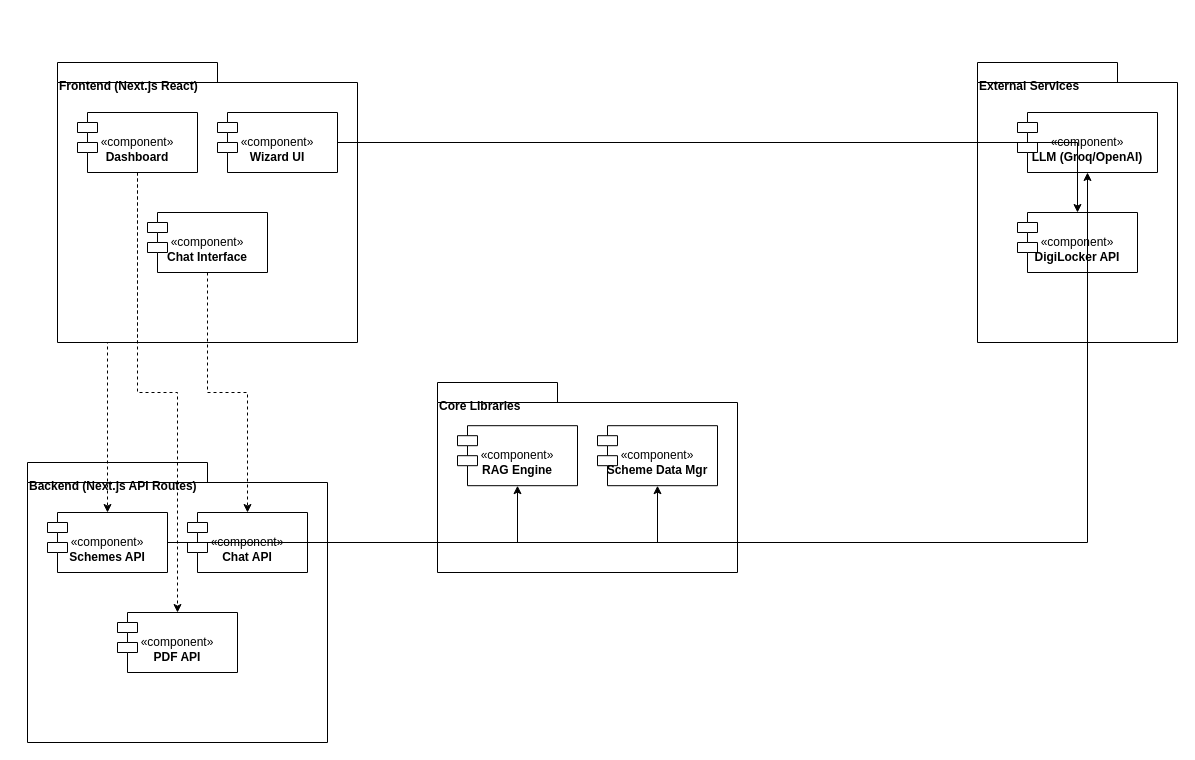
The draw.io diagram page "Component Diagram" (2 of 2) of diagrams/Class_and_Component_Diagram.drawio in Manav-jit/SE_Project, before the edit. Source tidied: cells renumbered, new cells numbered last; positions are measured from the earlier drawing's top-left corner, leaving out a move shared by most shapes. Both pictures are drawn from the tidied source at 100%, with x=0, y=0 at pixel (27, 62).
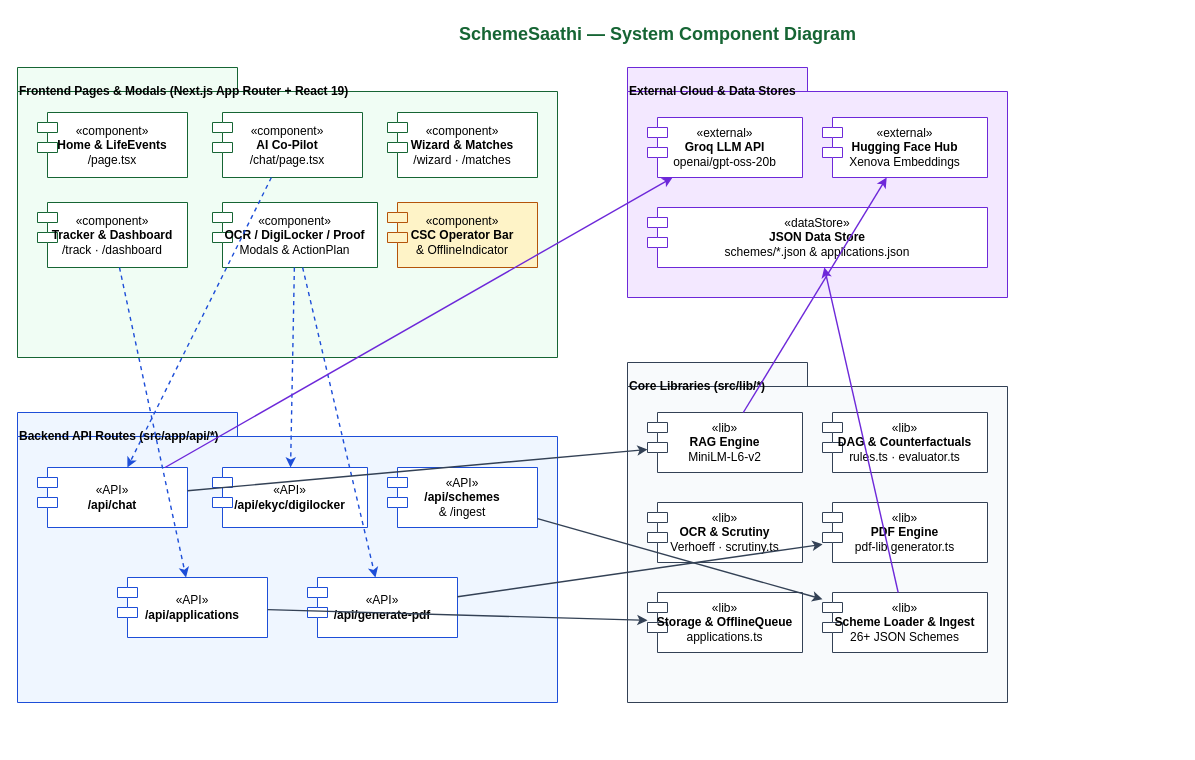
The same page after the edit.

Change to the diagram source:
```diff
@@
+    <mxCell id="23" value="SchemeSaathi — System Component Diagram" style="text;html=1;align=center;verticalAlign=middle;strokeColor=none;fillColor=none;fontSize=18;fontStyle=1;fontColor=#166534;" parent="1" vertex="1">
+      <mxGeometry x="400" y="-45" width="460" height="34" as="geometry" />
+    </mxCell>
-    <mxCell id="2" value="Frontend (Next.js React)" style="shape=folder;fontStyle=1;spacingTop=10;tabWidth=160;tabHeight=20;tabPosition=left;html=1;whiteSpace=wrap;align=left;verticalAlign=top;" parent="1" vertex="1">
-      <mxGeometry x="30" width="300" height="280" as="geometry" />
+    <mxCell id="2" value="Frontend Pages &amp; Modals (Next.js App Router + React 19)" style="shape=folder;fontStyle=1;spacingTop=10;tabWidth=220;tabHeight=24;tabPosition=left;html=1;whiteSpace=wrap;align=left;verticalAlign=top;fillColor=#F0FDF4;strokeColor=#166534;" parent="1" vertex="1">
+      <mxGeometry x="-10" y="5" width="540" height="290" as="geometry" />
     </mxCell>
-    <mxCell id="3" value="&lt;br&gt;«component»&lt;br&gt;&lt;b&gt;Dashboard&lt;/b&gt;" style="html=1;whiteSpace=wrap;shape=module;" parent="2" vertex="1">
-      <mxGeometry x="20" y="50" width="120" height="60" as="geometry" />
-    </mxCell>
-    <mxCell id="4" value="&lt;br&gt;«component»&lt;br&gt;&lt;b&gt;Wizard UI&lt;/b&gt;" style="html=1;whiteSpace=wrap;shape=module;" parent="2" vertex="1">
-      <mxGeometry x="160" y="50" width="120" height="60" as="geometry" />
-    </mxCell>
-    <mxCell id="5" value="&lt;br&gt;«component»&lt;br&gt;&lt;b&gt;Chat Interface&lt;/b&gt;" style="html=1;whiteSpace=wrap;shape=module;" parent="2" vertex="1">
-      <mxGeometry x="90" y="150" width="120" height="60" as="geometry" />
-    </mxCell>
+    <mxCell id="24" value="«component»&lt;br&gt;&lt;b&gt;Home &amp; LifeEvents&lt;/b&gt;&lt;br&gt;/page.tsx" style="html=1;whiteSpace=wrap;shape=module;fillColor=#FFFFFF;strokeColor=#166534;" parent="2" vertex="1">
+      <mxGeometry x="20" y="45" width="150" height="65" as="geometry" />
+    </mxCell>
+    <mxCell id="25" value="«component»&lt;br&gt;&lt;b&gt;AI Co-Pilot&lt;/b&gt;&lt;br&gt;/chat/page.tsx" style="html=1;whiteSpace=wrap;shape=module;fillColor=#FFFFFF;strokeColor=#166534;" parent="2" vertex="1">
+      <mxGeometry x="195" y="45" width="150" height="65" as="geometry" />
+    </mxCell>
+    <mxCell id="26" value="«component»&lt;br&gt;&lt;b&gt;Wizard &amp; Matches&lt;/b&gt;&lt;br&gt;/wizard · /matches" style="html=1;whiteSpace=wrap;shape=module;fillColor=#FFFFFF;strokeColor=#166534;" parent="2" vertex="1">
+      <mxGeometry x="370" y="45" width="150" height="65" as="geometry" />
+    </mxCell>
+    <mxCell id="27" value="«component»&lt;br&gt;&lt;b&gt;Tracker &amp; Dashboard&lt;/b&gt;&lt;br&gt;/track · /dashboard" style="html=1;whiteSpace=wrap;shape=module;fillColor=#FFFFFF;strokeColor=#166534;" parent="2" vertex="1">
+      <mxGeometry x="20" y="135" width="150" height="65" as="geometry" />
+    </mxCell>
+    <mxCell id="28" value="«component»&lt;br&gt;&lt;b&gt;OCR / DigiLocker / Proof&lt;/b&gt;&lt;br&gt;Modals &amp; ActionPlan" style="html=1;whiteSpace=wrap;shape=module;fillColor=#FFFFFF;strokeColor=#166534;" parent="2" vertex="1">
+      <mxGeometry x="195" y="135" width="165" height="65" as="geometry" />
+    </mxCell>
+    <mxCell id="29" value="«component»&lt;br&gt;&lt;b&gt;CSC Operator Bar&lt;/b&gt;&lt;br&gt;&amp;amp; OfflineIndicator" style="html=1;whiteSpace=wrap;shape=module;fillColor=#FEF3C7;strokeColor=#B45309;" parent="2" vertex="1">
+      <mxGeometry x="370" y="135" width="150" height="65" as="geometry" />
+    </mxCell>
-    <mxCell id="6" value="Backend (Next.js API Routes)" style="shape=folder;fontStyle=1;spacingTop=10;tabWidth=180;tabHeight=20;tabPosition=left;html=1;whiteSpace=wrap;align=left;verticalAlign=top;" parent="1" vertex="1">
-      <mxGeometry y="400" width="300" height="280" as="geometry" />
+    <mxCell id="6" value="Backend API Routes (src/app/api/*)" style="shape=folder;fontStyle=1;spacingTop=10;tabWidth=220;tabHeight=24;tabPosition=left;html=1;whiteSpace=wrap;align=left;verticalAlign=top;fillColor=#EFF6FF;strokeColor=#1D4ED8;" parent="1" vertex="1">
+      <mxGeometry x="-10" y="350" width="540" height="290" as="geometry" />
     </mxCell>
-    <mxCell id="7" value="&lt;br&gt;«component»&lt;br&gt;&lt;b&gt;Schemes API&lt;/b&gt;" style="html=1;whiteSpace=wrap;shape=module;" parent="6" vertex="1">
-      <mxGeometry x="20" y="50" width="120" height="60" as="geometry" />
-    </mxCell>
-    <mxCell id="8" value="&lt;br&gt;«component»&lt;br&gt;&lt;b&gt;Chat API&lt;/b&gt;" style="html=1;whiteSpace=wrap;shape=module;" parent="6" vertex="1">
-      <mxGeometry x="160" y="50" width="120" height="60" as="geometry" />
-    </mxCell>
-    <mxCell id="9" value="&lt;br&gt;«component»&lt;br&gt;&lt;b&gt;PDF API&lt;/b&gt;" style="html=1;whiteSpace=wrap;shape=module;" parent="6" vertex="1">
-      <mxGeometry x="90" y="150" width="120" height="60" as="geometry" />
-    </mxCell>
+    <mxCell id="30" value="«API»&lt;br&gt;&lt;b&gt;/api/chat&lt;/b&gt;" style="html=1;whiteSpace=wrap;shape=module;fillColor=#FFFFFF;strokeColor=#1D4ED8;" parent="6" vertex="1">
+      <mxGeometry x="20" y="55" width="150" height="60" as="geometry" />
+    </mxCell>
+    <mxCell id="31" value="«API»&lt;br&gt;&lt;b&gt;/api/ekyc/digilocker&lt;/b&gt;" style="html=1;whiteSpace=wrap;shape=module;fillColor=#FFFFFF;strokeColor=#1D4ED8;" parent="6" vertex="1">
+      <mxGeometry x="195" y="55" width="155" height="60" as="geometry" />
+    </mxCell>
+    <mxCell id="32" value="«API»&lt;br&gt;&lt;b&gt;/api/schemes&lt;/b&gt;&lt;br&gt;&amp;amp; /ingest" style="html=1;whiteSpace=wrap;shape=module;fillColor=#FFFFFF;strokeColor=#1D4ED8;" parent="6" vertex="1">
+      <mxGeometry x="370" y="55" width="150" height="60" as="geometry" />
+    </mxCell>
+    <mxCell id="33" value="«API»&lt;br&gt;&lt;b&gt;/api/applications&lt;/b&gt;" style="html=1;whiteSpace=wrap;shape=module;fillColor=#FFFFFF;strokeColor=#1D4ED8;" parent="6" vertex="1">
+      <mxGeometry x="100" y="165" width="150" height="60" as="geometry" />
+    </mxCell>
+    <mxCell id="34" value="«API»&lt;br&gt;&lt;b&gt;/api/generate-pdf&lt;/b&gt;" style="html=1;whiteSpace=wrap;shape=module;fillColor=#FFFFFF;strokeColor=#1D4ED8;" parent="6" vertex="1">
+      <mxGeometry x="290" y="165" width="150" height="60" as="geometry" />
+    </mxCell>
-    <mxCell id="10" value="Core Libraries" style="shape=folder;fontStyle=1;spacingTop=10;tabWidth=120;tabHeight=20;tabPosition=left;html=1;whiteSpace=wrap;align=left;verticalAlign=top;" parent="1" vertex="1">
-      <mxGeometry x="410" y="320" width="300" height="190" as="geometry" />
+    <mxCell id="10" value="Core Libraries (src/lib/*)" style="shape=folder;fontStyle=1;spacingTop=10;tabWidth=180;tabHeight=24;tabPosition=left;html=1;whiteSpace=wrap;align=left;verticalAlign=top;fillColor=#F8FAFC;strokeColor=#334155;" parent="1" vertex="1">
+      <mxGeometry x="600" y="300" width="380" height="340" as="geometry" />
     </mxCell>
-    <mxCell id="11" value="&lt;br&gt;«component»&lt;br&gt;&lt;b&gt;RAG Engine&lt;/b&gt;" style="html=1;whiteSpace=wrap;shape=module;" parent="10" vertex="1">
-      <mxGeometry x="20" y="43.2" width="120" height="60" as="geometry" />
-    </mxCell>
-    <mxCell id="12" value="&lt;br&gt;«component»&lt;br&gt;&lt;b&gt;Scheme Data Mgr&lt;/b&gt;" style="html=1;whiteSpace=wrap;shape=module;" parent="10" vertex="1">
-      <mxGeometry x="160" y="43.2" width="120" height="60" as="geometry" />
-    </mxCell>
+    <mxCell id="35" value="«lib»&lt;br&gt;&lt;b&gt;RAG Engine&lt;/b&gt;&lt;br&gt;MiniLM-L6-v2" style="html=1;whiteSpace=wrap;shape=module;fillColor=#FFFFFF;strokeColor=#334155;" parent="10" vertex="1">
+      <mxGeometry x="20" y="50" width="155" height="60" as="geometry" />
+    </mxCell>
+    <mxCell id="36" value="«lib»&lt;br&gt;&lt;b&gt;DAG &amp; Counterfactuals&lt;/b&gt;&lt;br&gt;rules.ts · evaluator.ts" style="html=1;whiteSpace=wrap;shape=module;fillColor=#FFFFFF;strokeColor=#334155;" parent="10" vertex="1">
+      <mxGeometry x="195" y="50" width="165" height="60" as="geometry" />
+    </mxCell>
+    <mxCell id="37" value="«lib»&lt;br&gt;&lt;b&gt;OCR &amp; Scrutiny&lt;/b&gt;&lt;br&gt;Verhoeff · scrutiny.ts" style="html=1;whiteSpace=wrap;shape=module;fillColor=#FFFFFF;strokeColor=#334155;" parent="10" vertex="1">
+      <mxGeometry x="20" y="140" width="155" height="60" as="geometry" />
+    </mxCell>
+    <mxCell id="38" value="«lib»&lt;br&gt;&lt;b&gt;PDF Engine&lt;/b&gt;&lt;br&gt;pdf-lib generator.ts" style="html=1;whiteSpace=wrap;shape=module;fillColor=#FFFFFF;strokeColor=#334155;" parent="10" vertex="1">
+      <mxGeometry x="195" y="140" width="165" height="60" as="geometry" />
+    </mxCell>
+    <mxCell id="39" value="«lib»&lt;br&gt;&lt;b&gt;Storage &amp; OfflineQueue&lt;/b&gt;&lt;br&gt;applications.ts" style="html=1;whiteSpace=wrap;shape=module;fillColor=#FFFFFF;strokeColor=#334155;" parent="10" vertex="1">
+      <mxGeometry x="20" y="230" width="155" height="60" as="geometry" />
+    </mxCell>
+    <mxCell id="40" value="«lib»&lt;br&gt;&lt;b&gt;Scheme Loader &amp; Ingest&lt;/b&gt;&lt;br&gt;26+ JSON Schemes" style="html=1;whiteSpace=wrap;shape=module;fillColor=#FFFFFF;strokeColor=#334155;" parent="10" vertex="1">
+      <mxGeometry x="195" y="230" width="165" height="60" as="geometry" />
+    </mxCell>
-    <mxCell id="13" value="External Services" style="shape=folder;fontStyle=1;spacingTop=10;tabWidth=140;tabHeight=20;tabPosition=left;html=1;whiteSpace=wrap;align=left;verticalAlign=top;" parent="1" vertex="1">
-      <mxGeometry x="950" width="200" height="280" as="geometry" />
+    <mxCell id="13" value="External Cloud &amp; Data Stores" style="shape=folder;fontStyle=1;spacingTop=10;tabWidth=180;tabHeight=24;tabPosition=left;html=1;whiteSpace=wrap;align=left;verticalAlign=top;fillColor=#F3E8FF;strokeColor=#6D28D9;" parent="1" vertex="1">
+      <mxGeometry x="600" y="5" width="380" height="230" as="geometry" />
     </mxCell>
-    <mxCell id="14" value="&lt;br&gt;«component»&lt;br&gt;&lt;b&gt;LLM (Groq/OpenAI)&lt;/b&gt;" style="html=1;whiteSpace=wrap;shape=module;" parent="13" vertex="1">
-      <mxGeometry x="40" y="50" width="140" height="60" as="geometry" />
-    </mxCell>
-    <mxCell id="15" value="&lt;br&gt;«component»&lt;br&gt;&lt;b&gt;DigiLocker API&lt;/b&gt;" style="html=1;whiteSpace=wrap;shape=module;" parent="13" vertex="1">
-      <mxGeometry x="40" y="150" width="120" height="60" as="geometry" />
-    </mxCell>
-    <mxCell id="16" style="edgeStyle=orthogonalEdgeStyle;rounded=0;jettySize=auto;html=1;endArrow=classic;endFill=1;dashed=1;" parent="1" edge="1" source="3" target="7">
-      <mxGeometry relative="1" as="geometry" />
-    </mxCell>
-    <mxCell id="17" style="edgeStyle=orthogonalEdgeStyle;rounded=0;jettySize=auto;html=1;endArrow=classic;endFill=1;dashed=1;" parent="1" edge="1" source="5" target="8">
-      <mxGeometry relative="1" as="geometry" />
-    </mxCell>
-    <mxCell id="18" style="edgeStyle=orthogonalEdgeStyle;rounded=0;jettySize=auto;html=1;endArrow=classic;endFill=1;dashed=1;" parent="1" edge="1" source="3" target="9">
-      <mxGeometry relative="1" as="geometry" />
-    </mxCell>
-    <mxCell id="19" style="edgeStyle=orthogonalEdgeStyle;rounded=0;jettySize=auto;html=1;endArrow=classic;endFill=1;" parent="1" edge="1" source="8" target="11">
-      <mxGeometry relative="1" as="geometry" />
-    </mxCell>
-    <mxCell id="20" style="edgeStyle=orthogonalEdgeStyle;rounded=0;jettySize=auto;html=1;endArrow=classic;endFill=1;" parent="1" edge="1" source="8" target="14">
-      <mxGeometry relative="1" as="geometry" />
-    </mxCell>
-    <mxCell id="21" style="edgeStyle=orthogonalEdgeStyle;rounded=0;jettySize=auto;html=1;endArrow=classic;endFill=1;" parent="1" edge="1" source="7" target="12">
-      <mxGeometry relative="1" as="geometry" />
-    </mxCell>
-    <mxCell id="22" style="edgeStyle=orthogonalEdgeStyle;rounded=0;jettySize=auto;html=1;endArrow=classic;endFill=1;" parent="1" edge="1" source="4" target="15">
-      <mxGeometry relative="1" as="geometry" />
-    </mxCell>
+    <mxCell id="41" value="«external»&lt;br&gt;&lt;b&gt;Groq LLM API&lt;/b&gt;&lt;br&gt;openai/gpt-oss-20b" style="html=1;whiteSpace=wrap;shape=module;fillColor=#FFFFFF;strokeColor=#6D28D9;" parent="13" vertex="1">
+      <mxGeometry x="20" y="50" width="155" height="60" as="geometry" />
+    </mxCell>
+    <mxCell id="42" value="«external»&lt;br&gt;&lt;b&gt;Hugging Face Hub&lt;/b&gt;&lt;br&gt;Xenova Embeddings" style="html=1;whiteSpace=wrap;shape=module;fillColor=#FFFFFF;strokeColor=#6D28D9;" parent="13" vertex="1">
+      <mxGeometry x="195" y="50" width="165" height="60" as="geometry" />
+    </mxCell>
+    <mxCell id="43" value="«dataStore»&lt;br&gt;&lt;b&gt;JSON Data Store&lt;/b&gt;&lt;br&gt;schemes/*.json &amp; applications.json" style="html=1;whiteSpace=wrap;shape=module;fillColor=#FFFFFF;strokeColor=#6D28D9;" parent="13" vertex="1">
+      <mxGeometry x="20" y="140" width="340" height="60" as="geometry" />
+    </mxCell>
+    <mxCell id="44" style="endArrow=classic;dashed=1;strokeWidth=1.4;strokeColor=#1D4ED8;" parent="1" edge="1" source="25" target="30">
+      <mxGeometry relative="1" as="geometry" />
+    </mxCell>
+    <mxCell id="45" style="endArrow=classic;dashed=1;strokeWidth=1.4;strokeColor=#1D4ED8;" parent="1" edge="1" source="28" target="31">
+      <mxGeometry relative="1" as="geometry" />
+    </mxCell>
+    <mxCell id="46" style="endArrow=classic;dashed=1;strokeWidth=1.4;strokeColor=#1D4ED8;" parent="1" edge="1" source="27" target="33">
+      <mxGeometry relative="1" as="geometry" />
+    </mxCell>
+    <mxCell id="47" style="endArrow=classic;dashed=1;strokeWidth=1.4;strokeColor=#1D4ED8;" parent="1" edge="1" source="28" target="34">
+      <mxGeometry relative="1" as="geometry" />
+    </mxCell>
+    <mxCell id="48" style="endArrow=classic;strokeWidth=1.4;strokeColor=#334155;" parent="1" edge="1" source="30" target="35">
+      <mxGeometry relative="1" as="geometry" />
+    </mxCell>
+    <mxCell id="49" style="endArrow=classic;strokeWidth=1.4;strokeColor=#6D28D9;" parent="1" edge="1" source="30" target="41">
+      <mxGeometry relative="1" as="geometry" />
+    </mxCell>
+    <mxCell id="50" style="endArrow=classic;strokeWidth=1.4;strokeColor=#334155;" parent="1" edge="1" source="32" target="40">
+      <mxGeometry relative="1" as="geometry" />
+    </mxCell>
+    <mxCell id="51" style="endArrow=classic;strokeWidth=1.4;strokeColor=#334155;" parent="1" edge="1" source="33" target="39">
+      <mxGeometry relative="1" as="geometry" />
+    </mxCell>
+    <mxCell id="52" style="endArrow=classic;strokeWidth=1.4;strokeColor=#334155;" parent="1" edge="1" source="34" target="38">
+      <mxGeometry relative="1" as="geometry" />
+    </mxCell>
+    <mxCell id="53" style="endArrow=classic;strokeWidth=1.4;strokeColor=#6D28D9;" parent="1" edge="1" source="35" target="42">
+      <mxGeometry relative="1" as="geometry" />
+    </mxCell>
+    <mxCell id="54" style="endArrow=classic;strokeWidth=1.4;strokeColor=#6D28D9;" parent="1" edge="1" source="40" target="43">
+      <mxGeometry relative="1" as="geometry" />
+    </mxCell>
```
